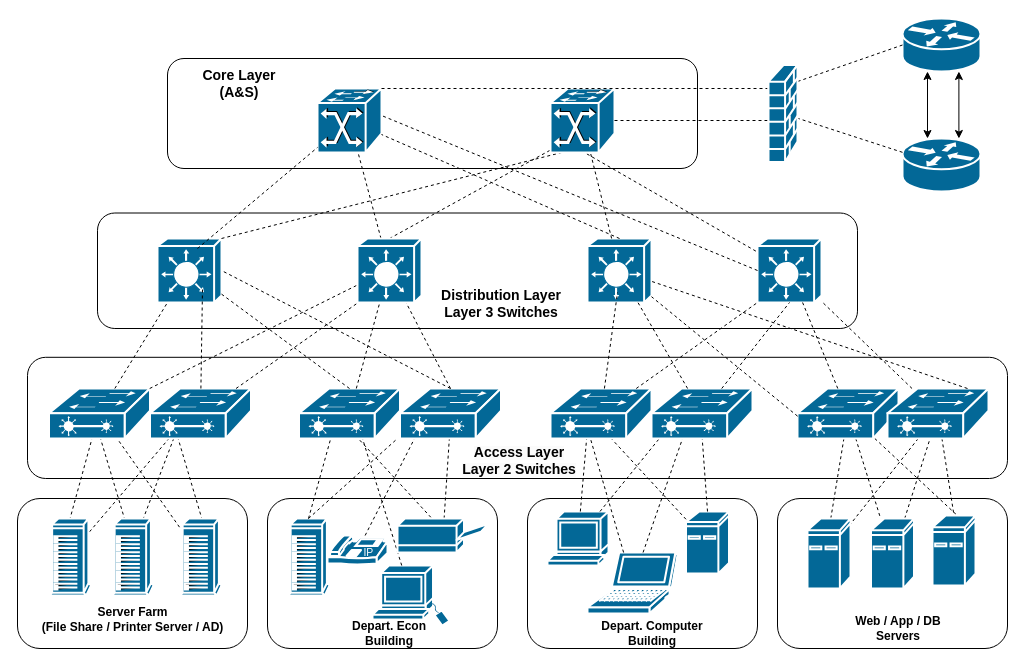
geekcu/design-drawing keeps this draw.io diagram as Untitled Diagram.drawio. Above is the earlier version. Source tidied: cells renumbered, new cells numbered last; positions are measured from the earlier drawing's top-left corner, leaving out a move shared by most shapes. Both pictures are drawn from the tidied source at 100%, with x=0, y=0 at pixel (17, 18).
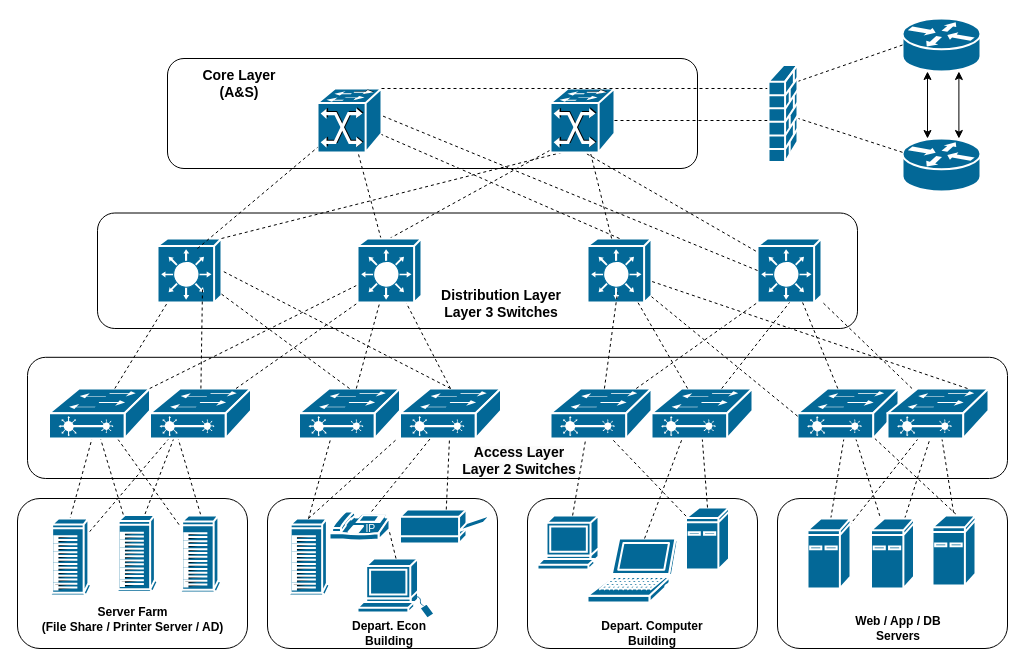
Above is the later version.

The change refers to these unchanged cells:
```xml
<mxCell id="21" value="&lt;br&gt;&lt;b style=&quot;border-color: var(--border-color); color: rgb(0, 0, 0); font-family: Helvetica; font-size: 12px; font-style: normal; font-variant-ligatures: normal; font-variant-caps: normal; letter-spacing: normal; orphans: 2; text-align: center; text-indent: 0px; text-transform: none; widows: 2; word-spacing: 0px; -webkit-text-stroke-width: 0px; background-color: rgb(251, 251, 251); text-decoration-thickness: initial; text-decoration-style: initial; text-decoration-color: initial;&quot;&gt;&lt;font style=&quot;border-color: var(--border-color); font-size: 14px;&quot;&gt;Access Layer&lt;br&gt;Layer 2 Switches&lt;/font&gt;&lt;/b&gt;" style="text;html=1;strokeColor=none;fillColor=none;align=center;verticalAlign=middle;whiteSpace=wrap;rounded=0;" parent="1" vertex="1">
  <mxGeometry x="432" y="420" width="140" height="30" as="geometry" />
</mxCell>
<mxCell id="48" style="shape=mxgraph.cisco.switches.layer_2_remote_switch;sketch=0;html=1;dashed=0;fillColor=#036897;strokeColor=#ffffff;strokeWidth=2;verticalLabelPosition=bottom;verticalAlign=top;align=center;outlineConnect=0;" parent="1" vertex="1">
  <mxGeometry x="382.5" y="370" width="101" height="50" as="geometry" />
</mxCell>
```

Change to the diagram source:
```diff
@@
     <mxCell id="24" style="shape=mxgraph.cisco.computers_and_peripherals.sun_workstation;sketch=0;html=1;dashed=0;fillColor=#036897;strokeColor=#ffffff;strokeWidth=2;verticalLabelPosition=bottom;verticalAlign=top;align=center;outlineConnect=0;" parent="1" vertex="1">
-      <mxGeometry x="355" y="547" width="77" height="60" as="geometry" />
+      <mxGeometry x="340" y="540" width="77" height="60" as="geometry" />
     </mxCell>
@@
     <mxCell id="27" style="shape=mxgraph.cisco.computers_and_peripherals.terminal;sketch=0;html=1;dashed=0;fillColor=#036897;strokeColor=#ffffff;strokeWidth=2;verticalLabelPosition=bottom;verticalAlign=top;align=center;outlineConnect=0;" parent="1" vertex="1">
-      <mxGeometry x="530" y="493" width="61" height="54" as="geometry" />
+      <mxGeometry x="520" y="497" width="61" height="54" as="geometry" />
     </mxCell>
     <mxCell id="28" style="shape=mxgraph.cisco.computers_and_peripherals.laptop;sketch=0;html=1;dashed=0;fillColor=#036897;strokeColor=#ffffff;strokeWidth=2;verticalLabelPosition=bottom;verticalAlign=top;align=center;outlineConnect=0;" parent="1" vertex="1">
-      <mxGeometry x="570" y="534" width="90" height="61" as="geometry" />
+      <mxGeometry x="570" y="520" width="90" height="64" as="geometry" />
     </mxCell>
     <mxCell id="29" style="shape=mxgraph.cisco.computers_and_peripherals.ibm_mini_as400;sketch=0;html=1;dashed=0;fillColor=#036897;strokeColor=#ffffff;strokeWidth=2;verticalLabelPosition=bottom;verticalAlign=top;align=center;outlineConnect=0;" parent="1" vertex="1">
-      <mxGeometry x="668.5" y="493" width="43" height="62" as="geometry" />
+      <mxGeometry x="668.5" y="489" width="43" height="62" as="geometry" />
     </mxCell>
@@
     <mxCell id="41" style="shape=mxgraph.cisco.computers_and_peripherals.ibm_tower;sketch=0;html=1;dashed=0;fillColor=#036897;strokeColor=#ffffff;strokeWidth=2;verticalLabelPosition=bottom;verticalAlign=top;align=center;outlineConnect=0;" parent="1" vertex="1">
-      <mxGeometry x="162" y="500" width="42" height="77" as="geometry" />
+      <mxGeometry x="161.5" y="497" width="42" height="77" as="geometry" />
     </mxCell>
@@
-    <mxCell id="44" style="endArrow=none;dashed=1;html=1;rounded=0;" parent="1" edge="1" source="24">
-      <mxGeometry relative="1" as="geometry">
-        <mxPoint x="345" y="420" as="targetPoint" />
-      </mxGeometry>
-    </mxCell>
-    <mxCell id="45" style="endArrow=none;dashed=1;html=1;rounded=0;" parent="1" edge="1" source="74">
-      <mxGeometry relative="1" as="geometry">
-        <mxPoint x="397" y="420" as="targetPoint" />
-      </mxGeometry>
-    </mxCell>
-    <mxCell id="46" style="endArrow=none;dashed=1;html=1;rounded=0;" parent="1" edge="1" source="50">
-      <mxGeometry relative="1" as="geometry">
-        <mxPoint x="432.5" y="410" as="targetPoint" />
-      </mxGeometry>
-    </mxCell>
-    <mxCell id="47" style="endArrow=none;dashed=1;html=1;rounded=0;exitX=0.457;exitY=0.228;exitDx=0;exitDy=0;exitPerimeter=0;" parent="1" edge="1" source="50">
-      <mxGeometry relative="1" as="geometry">
-        <mxPoint x="331.5" y="410" as="targetPoint" />
-      </mxGeometry>
-    </mxCell>
@@
     <mxCell id="50" style="shape=mxgraph.cisco.computers_and_peripherals.printer;sketch=0;html=1;dashed=0;fillColor=#036897;strokeColor=#ffffff;strokeWidth=2;verticalLabelPosition=bottom;verticalAlign=top;align=center;outlineConnect=0;" parent="1" vertex="1">
-      <mxGeometry x="380" y="500" width="91" height="34" as="geometry" />
+      <mxGeometry x="382.5" y="491" width="91" height="34" as="geometry" />
     </mxCell>
@@
-    <mxCell id="52" style="endArrow=none;dashed=1;html=1;rounded=0;" parent="1" edge="1" source="28">
-      <mxGeometry relative="1" as="geometry">
-        <mxPoint x="570" y="410" as="targetPoint" />
-      </mxGeometry>
-    </mxCell>
@@
-    <mxCell id="54" style="endArrow=none;dashed=1;html=1;rounded=0;" parent="1" edge="1" source="27">
-      <mxGeometry relative="1" as="geometry">
-        <mxPoint x="650" y="410" as="targetPoint" />
-      </mxGeometry>
-    </mxCell>
@@
     <mxCell id="68" style="shape=mxgraph.cisco.computers_and_peripherals.ibm_tower;sketch=0;html=1;dashed=0;fillColor=#036897;strokeColor=#ffffff;strokeWidth=2;verticalLabelPosition=bottom;verticalAlign=top;align=center;" parent="1" vertex="1">
-      <mxGeometry x="94" y="500" width="42" height="77" as="geometry" />
+      <mxGeometry x="98" y="496.5" width="42" height="77" as="geometry" />
     </mxCell>
@@
-    <mxCell id="73" style="endArrow=none;dashed=1;html=1;rounded=0;" parent="1" edge="1" source="24" target="74">
-      <mxGeometry relative="1" as="geometry" />
-    </mxCell>
-    <mxCell id="74" style="shape=mxgraph.cisco.modems_and_phones.ip_phone;sketch=0;html=1;dashed=0;fillColor=#036897;strokeColor=#ffffff;strokeWidth=2;verticalLabelPosition=bottom;verticalAlign=top;align=center;outlineConnect=0;" parent="1" vertex="1">
-      <mxGeometry x="310" y="517" width="60" height="30" as="geometry" />
-    </mxCell>
@@
+    <mxCell id="102" style="endArrow=none;dashed=1;html=1;rounded=0;entryX=0;entryY=0;entryDx=0;entryDy=0;" parent="1" edge="1" source="50" target="21">
+      <mxGeometry relative="1" as="geometry" />
+    </mxCell>
+    <mxCell id="103" style="endArrow=none;dashed=1;html=1;rounded=0;" parent="1" edge="1" source="74" target="48">
+      <mxGeometry relative="1" as="geometry" />
+    </mxCell>
+    <mxCell id="73" style="endArrow=none;dashed=1;html=1;rounded=0;exitX=0.5;exitY=0;exitDx=0;exitDy=0;exitPerimeter=0;entryX=0.953;entryY=0.3;entryDx=0;entryDy=0;entryPerimeter=0;" parent="1" edge="1" source="24" target="74">
+      <mxGeometry relative="1" as="geometry" />
+    </mxCell>
+    <mxCell id="74" style="shape=mxgraph.cisco.modems_and_phones.ip_phone;sketch=0;html=1;dashed=0;fillColor=#036897;strokeColor=#ffffff;strokeWidth=2;verticalLabelPosition=bottom;verticalAlign=top;align=center;outlineConnect=0;" parent="1" vertex="1">
+      <mxGeometry x="312" y="493" width="60" height="30" as="geometry" />
+    </mxCell>
```
